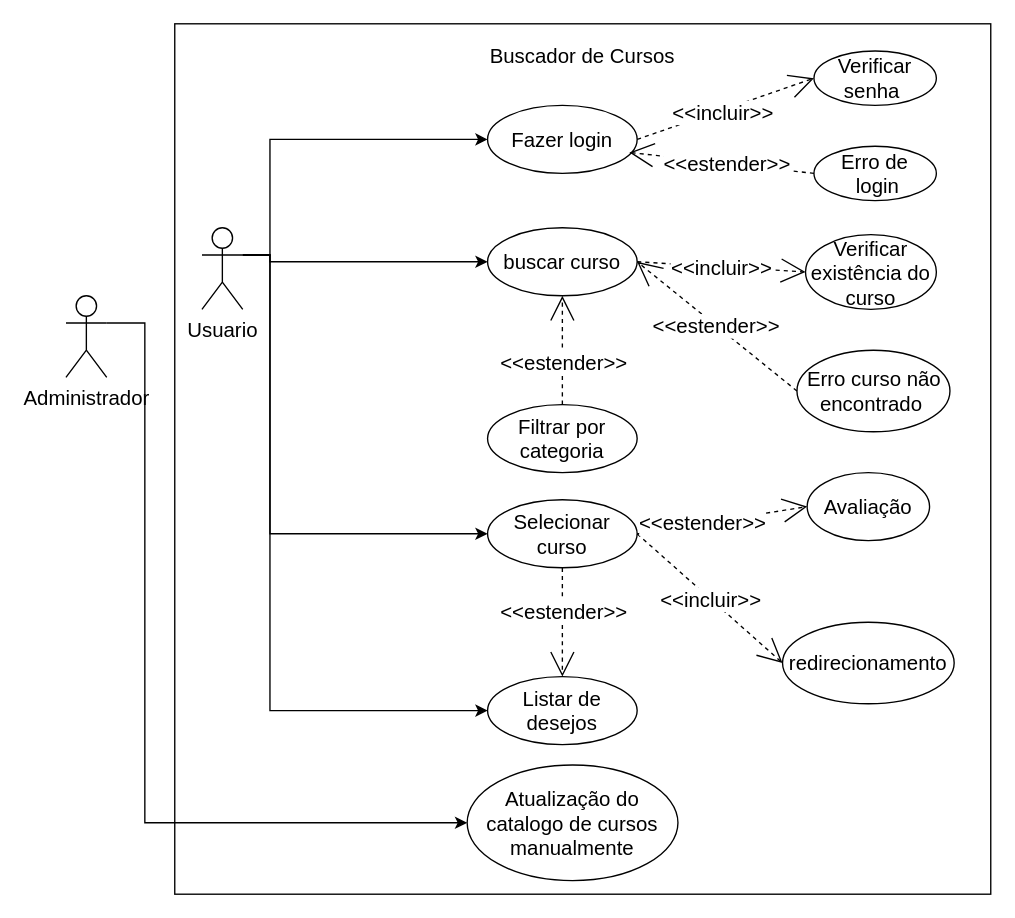
The draw.io diagram page "Página-1" (1 of 2) of Diagramação/diagrama_de_caso_de_uso-buscador.drawio in FG333k/projeto_buscador, before the edit. Source tidied: cells renumbered, new cells numbered last; positions are measured from the earlier drawing's top-left corner, leaving out a move shared by most shapes. Both pictures are drawn from the tidied source at 136%, with x=0, y=0 at pixel (65, 23).
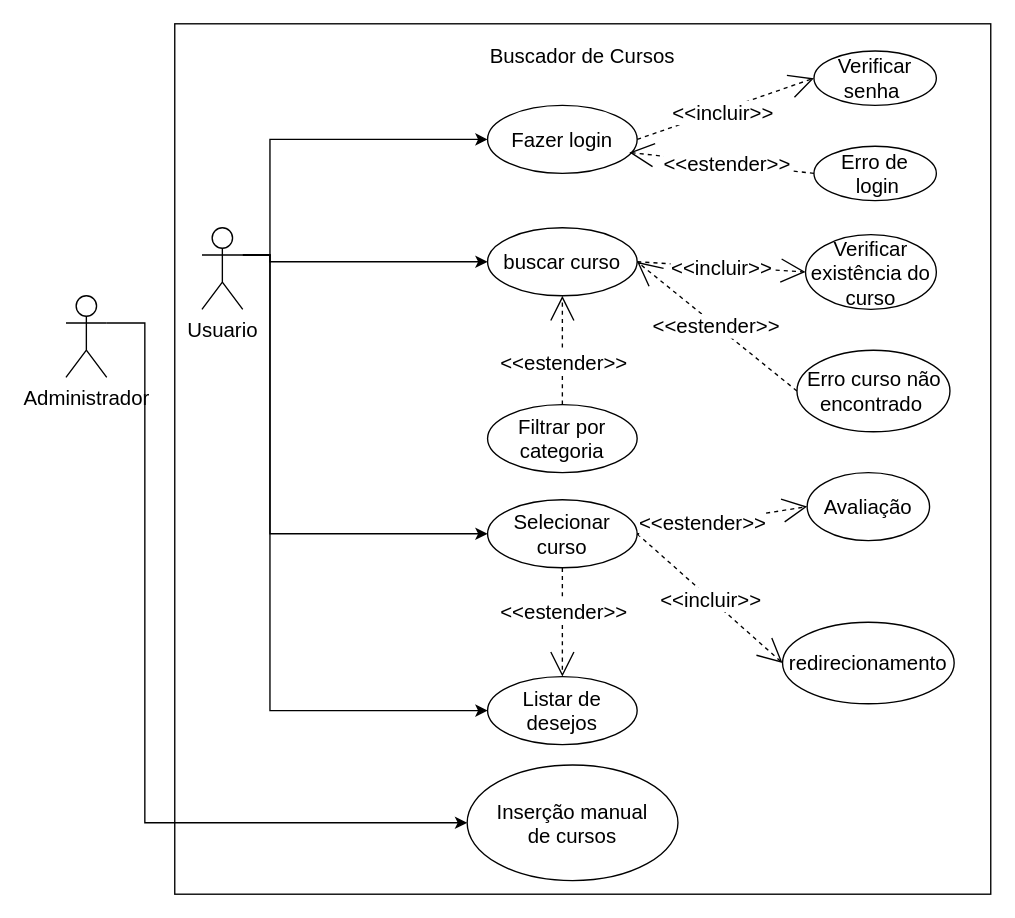
The same page after the edit.

Commit message (it also covers changes not shown here):
Atualização na diagrmação

The edit, as a diff of the source:
```diff
@@
-    <mxCell id="32" value="Atualização do catalogo de cursos&lt;div&gt;manualmente&lt;/div&gt;" style="ellipse;whiteSpace=wrap;html=1;fontSize=15;" parent="1" vertex="1">
+    <mxCell id="32" value="Inserção manual&lt;div&gt;de cursos&lt;/div&gt;" style="ellipse;whiteSpace=wrap;html=1;fontSize=15;" parent="1" vertex="1">
       <mxGeometry x="295" y="545" width="155" height="85" as="geometry" />
     </mxCell>
```
